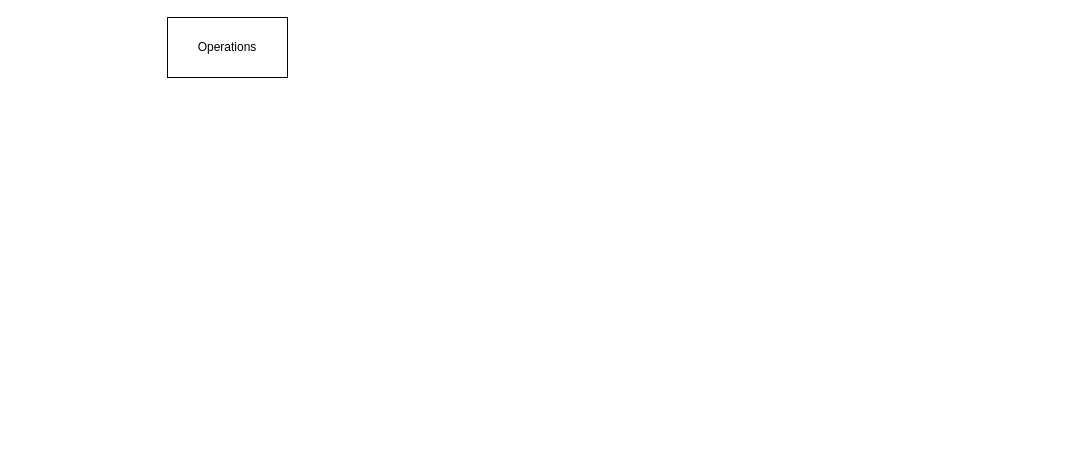
The draw.io diagram public/diagrams/Untitled Diagram.drawio in data-positioning/datapos-resources, before the edit. Source tidied: cells renumbered, new cells numbered last; positions are measured from the earlier drawing's top-left corner, leaving out a move shared by most shapes. Both pictures are drawn from the tidied source at 100%, with x=0, y=0 at pixel (167, 17).
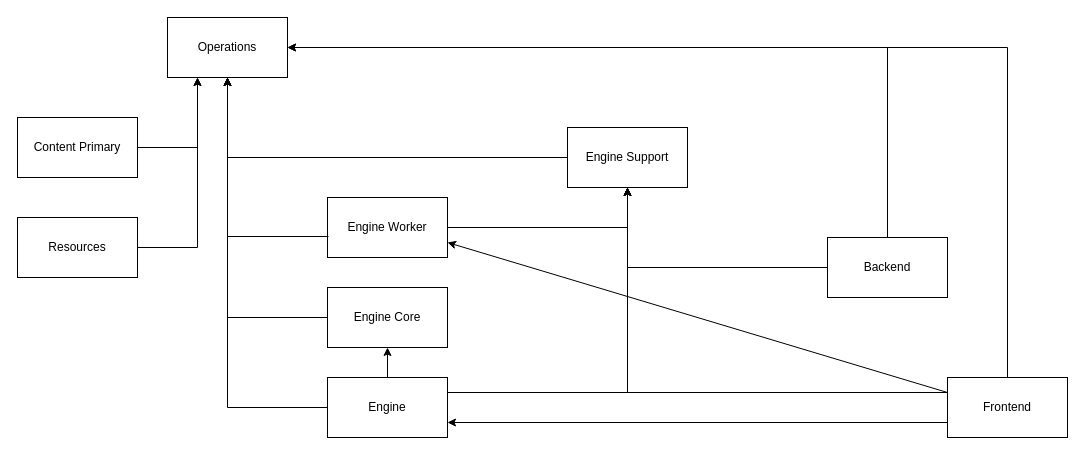
The same diagram, later.

Unchanged cells that the change refers to:
```xml
<mxCell id="2" value="Operations" style="rounded=0;whiteSpace=wrap;html=1;" parent="1" vertex="1">
  <mxGeometry width="120" height="60" as="geometry" />
</mxCell>
```

Diff of the diagram source:
```diff
@@
+    <mxCell id="3" value="Resources" style="rounded=0;whiteSpace=wrap;html=1;" parent="1" vertex="1">
+      <mxGeometry x="-150" y="200" width="120" height="60" as="geometry" />
+    </mxCell>
+    <mxCell id="4" style="endArrow=none;html=1;rounded=0;entryX=1;entryY=0.5;entryDx=0;entryDy=0;exitX=0.25;exitY=1;exitDx=0;exitDy=0;endFill=0;startArrow=classic;startFill=1;" parent="1" edge="1" source="2" target="3">
+      <mxGeometry relative="1" as="geometry">
+        <Array as="points">
+          <mxPoint x="30" y="230" />
+        </Array>
+      </mxGeometry>
+    </mxCell>
+    <mxCell id="5" value="Engine Support" style="rounded=0;whiteSpace=wrap;html=1;" parent="1" vertex="1">
+      <mxGeometry x="400" y="110" width="120" height="60" as="geometry" />
+    </mxCell>
+    <mxCell id="6" style="endArrow=none;html=1;rounded=0;exitX=0.5;exitY=1;exitDx=0;exitDy=0;entryX=0;entryY=0.5;entryDx=0;entryDy=0;startArrow=classic;startFill=1;endFill=0;" parent="1" edge="1" source="2" target="5">
+      <mxGeometry relative="1" as="geometry">
+        <Array as="points">
+          <mxPoint x="60" y="140" />
+        </Array>
+      </mxGeometry>
+    </mxCell>
+    <mxCell id="7" style="edgeStyle=orthogonalEdgeStyle;rounded=0;jettySize=auto;html=1;startArrow=none;startFill=0;endArrow=classic;endFill=1;" parent="1" edge="1" source="8" target="9">
+      <mxGeometry relative="1" as="geometry" />
+    </mxCell>
+    <mxCell id="8" value="Engine" style="rounded=0;whiteSpace=wrap;html=1;" parent="1" vertex="1">
+      <mxGeometry x="160" y="360" width="120" height="60" as="geometry" />
+    </mxCell>
+    <mxCell id="9" value="Engine Core" style="rounded=0;whiteSpace=wrap;html=1;" parent="1" vertex="1">
+      <mxGeometry x="160" y="270" width="120" height="60" as="geometry" />
+    </mxCell>
+    <mxCell id="10" style="endArrow=none;html=1;rounded=0;entryX=0;entryY=0.5;entryDx=0;entryDy=0;exitX=0.5;exitY=1;exitDx=0;exitDy=0;startArrow=classic;startFill=1;endFill=0;" parent="1" edge="1" source="2" target="8">
+      <mxGeometry relative="1" as="geometry">
+        <Array as="points">
+          <mxPoint x="60" y="390" />
+        </Array>
+      </mxGeometry>
+    </mxCell>
+    <mxCell id="11" style="endArrow=none;html=1;rounded=0;exitX=0.5;exitY=1;exitDx=0;exitDy=0;startArrow=classic;startFill=1;endFill=0;entryX=1;entryY=0.25;entryDx=0;entryDy=0;" parent="1" edge="1" source="5" target="8">
+      <mxGeometry relative="1" as="geometry">
+        <Array as="points">
+          <mxPoint x="460" y="375" />
+        </Array>
+      </mxGeometry>
+    </mxCell>
+    <mxCell id="12" style="endArrow=none;html=1;rounded=0;entryX=0;entryY=0.5;entryDx=0;entryDy=0;exitX=0.5;exitY=1;exitDx=0;exitDy=0;startArrow=classic;startFill=1;endFill=0;" parent="1" edge="1" source="2" target="9">
+      <mxGeometry relative="1" as="geometry">
+        <Array as="points">
+          <mxPoint x="60" y="300" />
+        </Array>
+      </mxGeometry>
+    </mxCell>
+    <mxCell id="13" value="Engine Worker" style="rounded=0;whiteSpace=wrap;html=1;" parent="1" vertex="1">
+      <mxGeometry x="160" y="180" width="120" height="60" as="geometry" />
+    </mxCell>
+    <mxCell id="14" style="endArrow=none;html=1;rounded=0;exitX=0.5;exitY=1;exitDx=0;exitDy=0;entryX=1;entryY=0.5;entryDx=0;entryDy=0;startArrow=classic;startFill=1;endFill=0;" parent="1" edge="1" source="5" target="13">
+      <mxGeometry relative="1" as="geometry">
+        <Array as="points">
+          <mxPoint x="460" y="210" />
+        </Array>
+      </mxGeometry>
+    </mxCell>
+    <mxCell id="15" style="endArrow=none;html=1;rounded=0;entryX=0.008;entryY=0.65;entryDx=0;entryDy=0;exitX=0.5;exitY=1;exitDx=0;exitDy=0;entryPerimeter=0;startArrow=classic;startFill=1;endFill=0;" parent="1" edge="1" source="2" target="13">
+      <mxGeometry relative="1" as="geometry">
+        <Array as="points">
+          <mxPoint x="60" y="219" />
+        </Array>
+      </mxGeometry>
+    </mxCell>
+    <mxCell id="16" value="Content Primary" style="rounded=0;whiteSpace=wrap;html=1;" parent="1" vertex="1">
+      <mxGeometry x="-150" y="100" width="120" height="60" as="geometry" />
+    </mxCell>
+    <mxCell id="17" style="endArrow=none;html=1;rounded=0;exitX=0.25;exitY=1;exitDx=0;exitDy=0;entryX=1;entryY=0.5;entryDx=0;entryDy=0;startArrow=classic;startFill=1;endFill=0;" parent="1" edge="1" source="2" target="16">
+      <mxGeometry relative="1" as="geometry">
+        <Array as="points">
+          <mxPoint x="30" y="130" />
+        </Array>
+      </mxGeometry>
+    </mxCell>
+    <mxCell id="18" value="Backend" style="rounded=0;whiteSpace=wrap;html=1;" parent="1" vertex="1">
+      <mxGeometry x="660" y="220" width="120" height="60" as="geometry" />
+    </mxCell>
+    <mxCell id="19" value="Frontend" style="rounded=0;whiteSpace=wrap;html=1;" parent="1" vertex="1">
+      <mxGeometry x="780" y="360" width="120" height="60" as="geometry" />
+    </mxCell>
+    <mxCell id="20" style="endArrow=none;html=1;rounded=0;exitX=0.5;exitY=1;exitDx=0;exitDy=0;entryX=0;entryY=0.5;entryDx=0;entryDy=0;startArrow=classic;startFill=1;endFill=0;" parent="1" edge="1" source="5" target="18">
+      <mxGeometry relative="1" as="geometry">
+        <Array as="points">
+          <mxPoint x="460" y="250" />
+        </Array>
+      </mxGeometry>
+    </mxCell>
+    <mxCell id="21" style="endArrow=none;html=1;rounded=0;exitX=0.5;exitY=1;exitDx=0;exitDy=0;startArrow=classic;startFill=1;endFill=0;entryX=0;entryY=0.25;entryDx=0;entryDy=0;" parent="1" edge="1" source="5" target="19">
+      <mxGeometry relative="1" as="geometry">
+        <Array as="points">
+          <mxPoint x="460" y="375" />
+        </Array>
+      </mxGeometry>
+    </mxCell>
+    <mxCell id="22" style="endArrow=none;html=1;rounded=0;exitX=1;exitY=0.5;exitDx=0;exitDy=0;entryX=0.5;entryY=0;entryDx=0;entryDy=0;startArrow=classic;startFill=1;endFill=0;" parent="1" edge="1" source="2" target="18">
+      <mxGeometry relative="1" as="geometry">
+        <Array as="points">
+          <mxPoint x="720" y="30" />
+        </Array>
+      </mxGeometry>
+    </mxCell>
+    <mxCell id="23" style="endArrow=none;html=1;rounded=0;exitX=1;exitY=0.5;exitDx=0;exitDy=0;entryX=0.5;entryY=0;entryDx=0;entryDy=0;startArrow=classic;startFill=1;endFill=0;" parent="1" edge="1" source="2" target="19">
+      <mxGeometry relative="1" as="geometry">
+        <Array as="points">
+          <mxPoint x="840" y="30" />
+        </Array>
+      </mxGeometry>
+    </mxCell>
+    <mxCell id="24" style="endArrow=none;html=1;rounded=0;startArrow=classic;startFill=1;endFill=0;entryX=0;entryY=0.75;entryDx=0;entryDy=0;exitX=1;exitY=0.75;exitDx=0;exitDy=0;" parent="1" edge="1" source="8" target="19">
+      <mxGeometry relative="1" as="geometry" />
+    </mxCell>
+    <mxCell id="25" style="endArrow=none;html=1;rounded=0;exitX=1;exitY=0.75;exitDx=0;exitDy=0;entryX=0;entryY=0.25;entryDx=0;entryDy=0;startArrow=classic;startFill=1;endFill=0;" parent="1" edge="1" source="13" target="19">
+      <mxGeometry relative="1" as="geometry" />
+    </mxCell>
```
